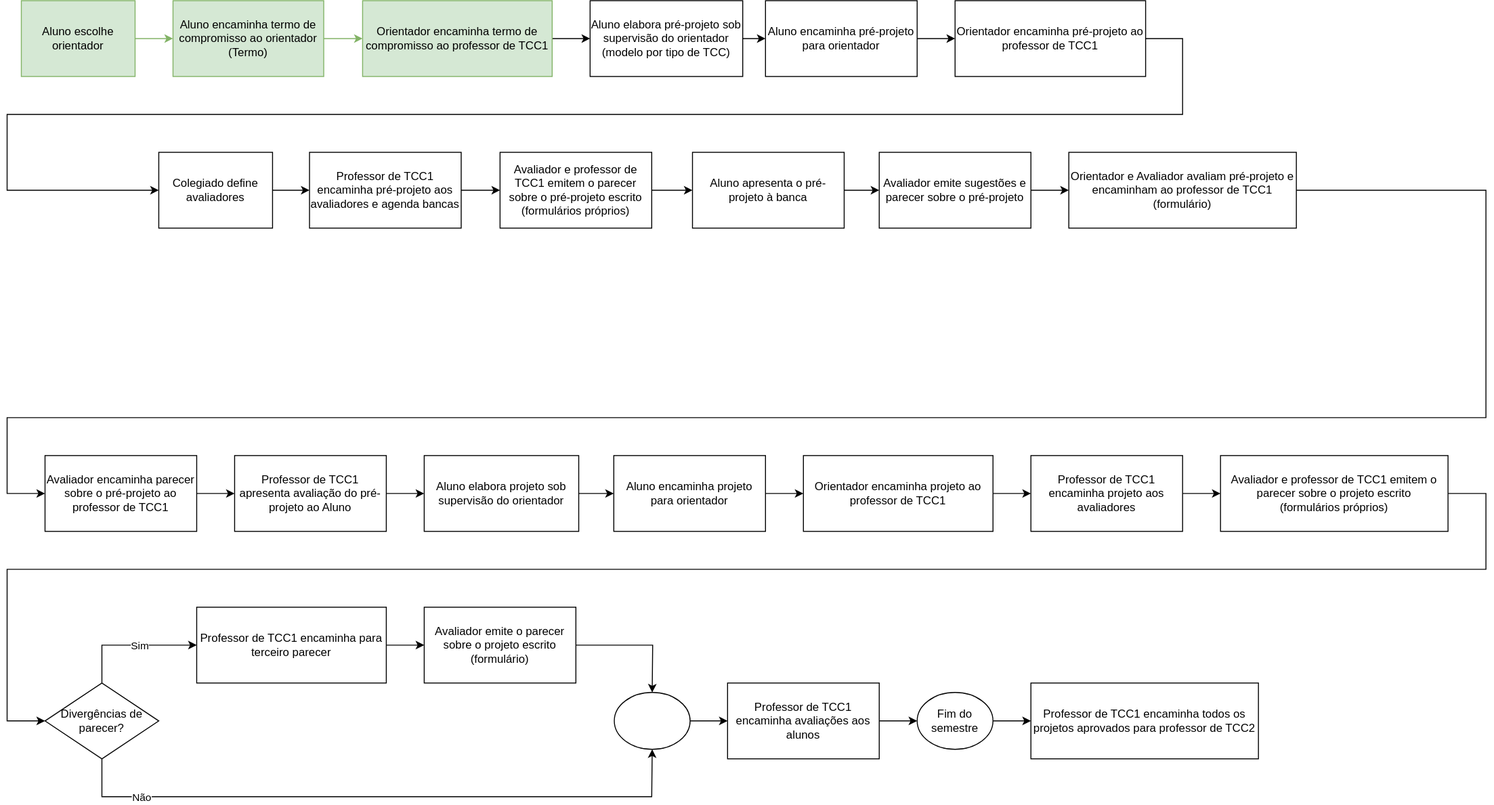
dalton-reis/disciplina_TCC1_2025_2 keeps this draw.io diagram as _BCC/Cronogramas/cronogramaFluxograma.drawio.svg. Above is the earlier version. Source tidied: cells renumbered, new cells last; positions are measured from the earlier drawing's top-left corner, leaving out a move shared by most shapes.
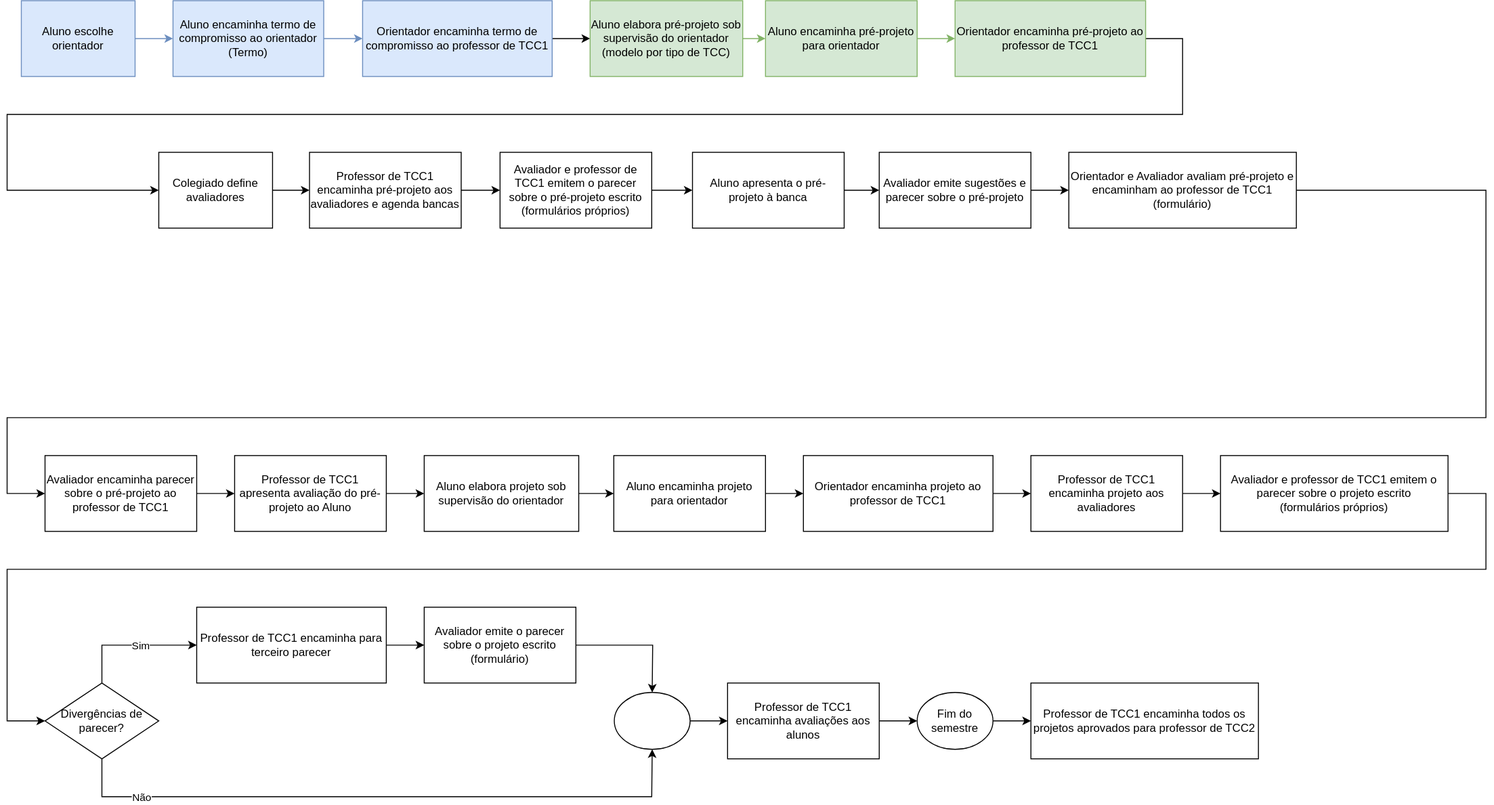
After the change.

The edit, as a diff of the source:
```diff
@@ -2,34 +2,34 @@
   <root>
     <mxCell id="0" />
     <mxCell id="1" parent="0" />
-    <mxCell id="2" style="edgeStyle=orthogonalEdgeStyle;rounded=0;jettySize=auto;html=1;fontColor=#000000;fillColor=#d5e8d4;strokeColor=#82b366;" parent="1" edge="1" source="3" target="5">
+    <mxCell id="2" style="edgeStyle=orthogonalEdgeStyle;rounded=0;jettySize=auto;html=1;fontColor=#000000;fillColor=#dae8fc;strokeColor=#6c8ebf;" parent="1" edge="1" source="3" target="5">
       <mxGeometry relative="1" as="geometry" />
     </mxCell>
-    <mxCell id="3" value="Aluno escolhe orientador" style="whiteSpace=wrap;html=1;fillColor=#d5e8d4;strokeColor=#82b366;" parent="1" vertex="1">
+    <mxCell id="3" value="Aluno escolhe orientador" style="whiteSpace=wrap;html=1;fillColor=#dae8fc;strokeColor=#6c8ebf;" parent="1" vertex="1">
       <mxGeometry x="15" width="120" height="80" as="geometry" />
     </mxCell>
-    <mxCell id="4" style="edgeStyle=orthogonalEdgeStyle;rounded=0;jettySize=auto;html=1;fontColor=#000000;fillColor=#d5e8d4;strokeColor=#82b366;" parent="1" edge="1" source="5" target="7">
+    <mxCell id="4" style="edgeStyle=orthogonalEdgeStyle;rounded=0;jettySize=auto;html=1;fontColor=#000000;fillColor=#dae8fc;strokeColor=#6c8ebf;" parent="1" edge="1" source="5" target="7">
       <mxGeometry relative="1" as="geometry" />
     </mxCell>
-    <mxCell id="5" value="Aluno encaminha termo de compromisso ao orientador&lt;br&gt;(Termo)" style="whiteSpace=wrap;html=1;fillColor=#d5e8d4;strokeColor=#82b366;" parent="1" vertex="1">
+    <mxCell id="5" value="Aluno encaminha termo de compromisso ao orientador&lt;br&gt;(Termo)" style="whiteSpace=wrap;html=1;fillColor=#dae8fc;strokeColor=#6c8ebf;" parent="1" vertex="1">
       <mxGeometry x="175" width="159" height="80" as="geometry" />
     </mxCell>
     <mxCell id="6" style="edgeStyle=orthogonalEdgeStyle;rounded=0;jettySize=auto;html=1;fontColor=#000000;" parent="1" edge="1" source="7" target="9">
       <mxGeometry relative="1" as="geometry" />
     </mxCell>
-    <mxCell id="7" value="Orientador encaminha termo de compromisso ao professor de TCC1" style="whiteSpace=wrap;html=1;fillColor=#d5e8d4;strokeColor=#82b366;" parent="1" vertex="1">
+    <mxCell id="7" value="Orientador encaminha termo de compromisso ao professor de TCC1" style="whiteSpace=wrap;html=1;fillColor=#dae8fc;strokeColor=#6c8ebf;" parent="1" vertex="1">
       <mxGeometry x="375" width="200" height="80" as="geometry" />
     </mxCell>
-    <mxCell id="8" style="edgeStyle=orthogonalEdgeStyle;rounded=0;jettySize=auto;html=1;fontColor=#000000;" parent="1" edge="1" source="9" target="11">
+    <mxCell id="8" style="edgeStyle=orthogonalEdgeStyle;rounded=0;jettySize=auto;html=1;fontColor=#000000;fillColor=#d5e8d4;strokeColor=#82b366;" parent="1" edge="1" source="9" target="11">
       <mxGeometry relative="1" as="geometry" />
     </mxCell>
-    <mxCell id="9" value="Aluno elabora pré-projeto sob supervisão do orientador&lt;br&gt;(modelo por tipo de TCC)" style="whiteSpace=wrap;html=1;" parent="1" vertex="1">
+    <mxCell id="9" value="Aluno elabora pré-projeto sob supervisão do orientador&lt;br&gt;(modelo por tipo de TCC)" style="whiteSpace=wrap;html=1;fillColor=#d5e8d4;strokeColor=#82b366;" parent="1" vertex="1">
       <mxGeometry x="615" width="161" height="80" as="geometry" />
     </mxCell>
-    <mxCell id="10" style="edgeStyle=orthogonalEdgeStyle;rounded=0;jettySize=auto;html=1;fontColor=#000000;" parent="1" edge="1" source="11" target="13">
+    <mxCell id="10" style="edgeStyle=orthogonalEdgeStyle;rounded=0;jettySize=auto;html=1;fontColor=#000000;fillColor=#d5e8d4;strokeColor=#82b366;" parent="1" edge="1" source="11" target="13">
       <mxGeometry relative="1" as="geometry" />
     </mxCell>
-    <mxCell id="11" value="Aluno encaminha pré-projeto para orientador" style="whiteSpace=wrap;html=1;" parent="1" vertex="1">
+    <mxCell id="11" value="Aluno encaminha pré-projeto para orientador" style="whiteSpace=wrap;html=1;fillColor=#d5e8d4;strokeColor=#82b366;" parent="1" vertex="1">
       <mxGeometry x="800" width="160" height="80" as="geometry" />
     </mxCell>
     <mxCell id="12" style="edgeStyle=orthogonalEdgeStyle;rounded=0;jettySize=auto;html=1;fontColor=#000000;entryX=0;entryY=0.5;entryDx=0;entryDy=0;" parent="1" edge="1" source="13" target="15">
@@ -42,7 +42,7 @@
         </Array>
       </mxGeometry>
     </mxCell>
-    <mxCell id="13" value="Orientador encaminha pré-projeto ao professor de TCC1" style="whiteSpace=wrap;html=1;" parent="1" vertex="1">
+    <mxCell id="13" value="Orientador encaminha pré-projeto ao professor de TCC1" style="whiteSpace=wrap;html=1;fillColor=#d5e8d4;strokeColor=#82b366;" parent="1" vertex="1">
       <mxGeometry x="1000" width="201" height="80" as="geometry" />
     </mxCell>
     <mxCell id="14" style="edgeStyle=orthogonalEdgeStyle;rounded=0;jettySize=auto;html=1;fontColor=#000000;" parent="1" edge="1" source="15" target="18">
```
